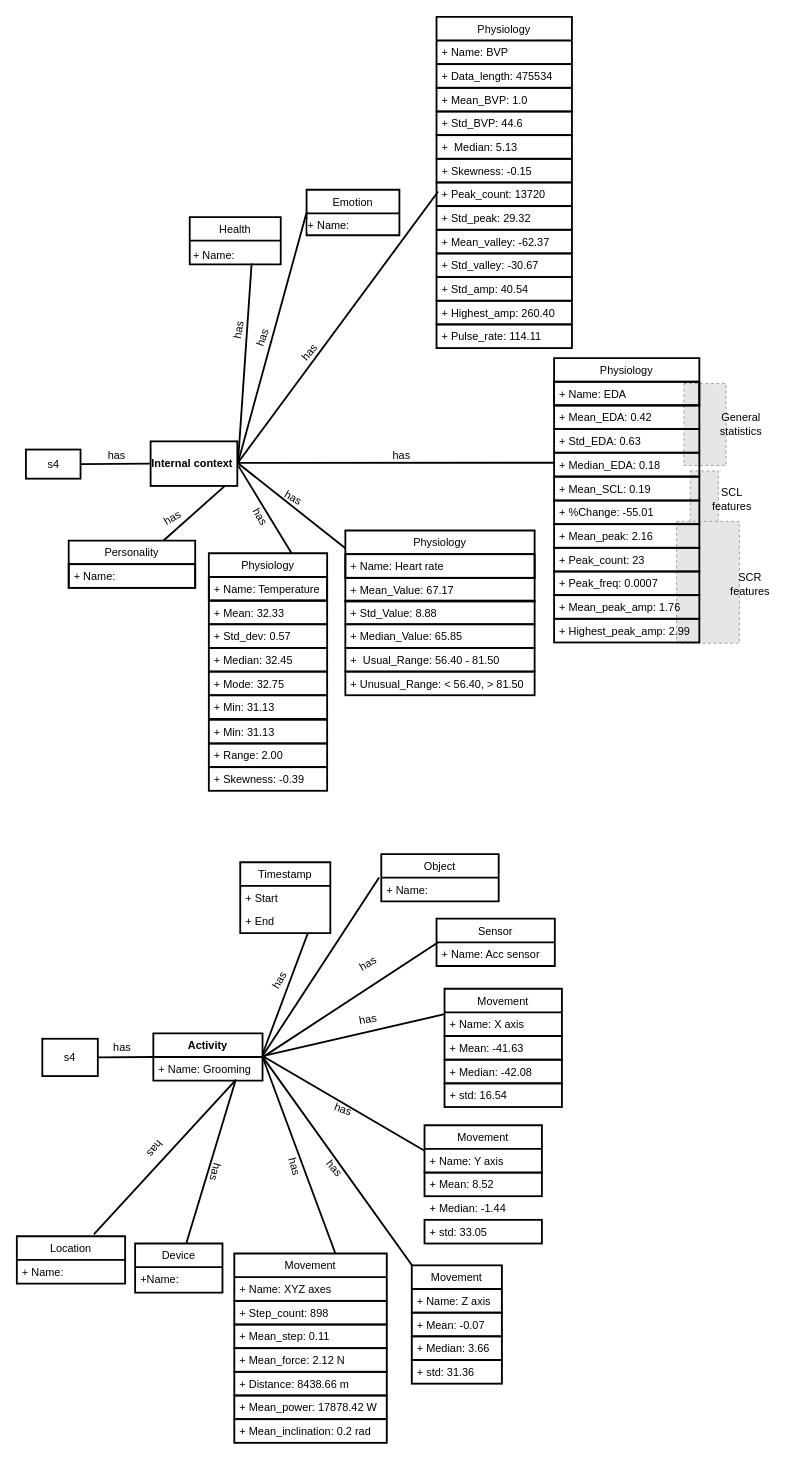
Earlier version of the draw.io diagram um_article.drawio (oluwande/zmPDSwR). Source tidied: cells renumbered, new cells numbered last; positions are measured from the earlier drawing's top-left corner, leaving out a move shared by most shapes. Both pictures are drawn from the tidied source at 91%, with x=0, y=0 at pixel (16, 16). Pictures stored in the file or linked from it are replaced by grey dashed boxes.
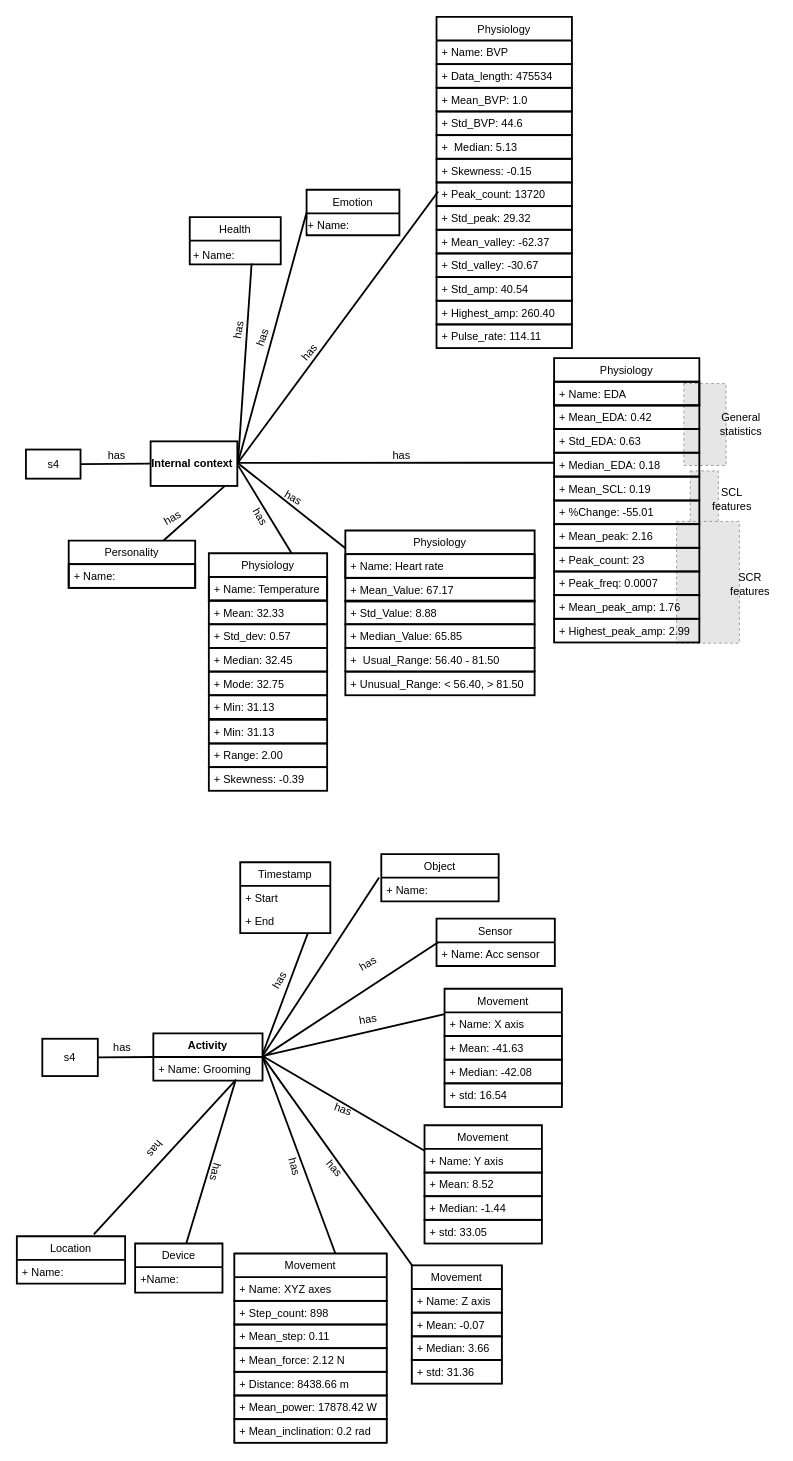
The same diagram, later.

What changed in the source:
```diff
@@
-    <mxCell id="69" value="+ Median: -1.44" style="text;align=left;verticalAlign=top;spacingLeft=4;spacingRight=4;overflow=hidden;fontSize=12;fontStyle=0;strokeWidth=2;" parent="1" vertex="1">
+    <mxCell id="69" value="+ Median: -1.44" style="text;align=left;verticalAlign=top;spacingLeft=4;spacingRight=4;overflow=hidden;fontSize=12;fontStyle=0;strokeWidth=2;strokeColor=default;" parent="1" vertex="1">
       <mxGeometry x="448" y="1296" width="129" height="26" as="geometry" />
     </mxCell>
```
